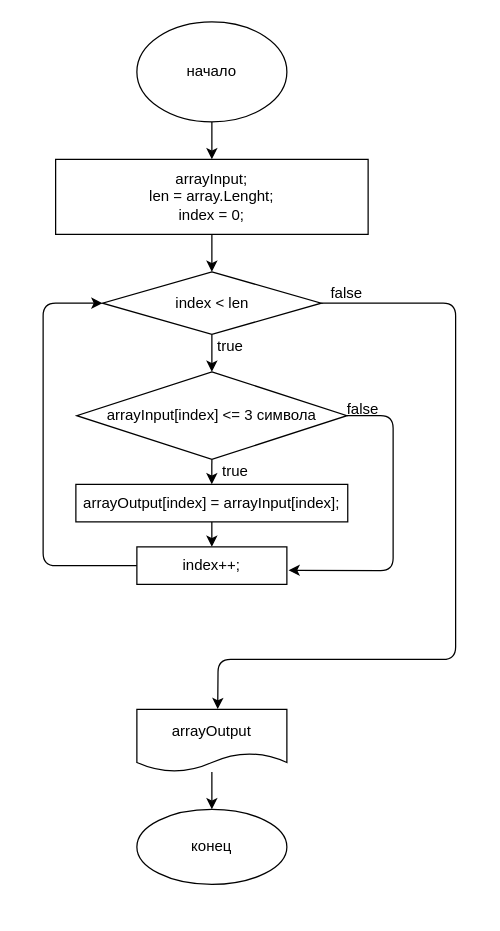
Before: al.drawio in YarrS1986/MainTest_1_may2022, a draw.io diagram. Source tidied: cells renumbered, new cells numbered last; positions are measured from the earlier drawing's top-left corner, leaving out a move shared by most shapes. Both pictures are drawn from the tidied source at 125%, with x=0, y=0 at pixel (42, 21).
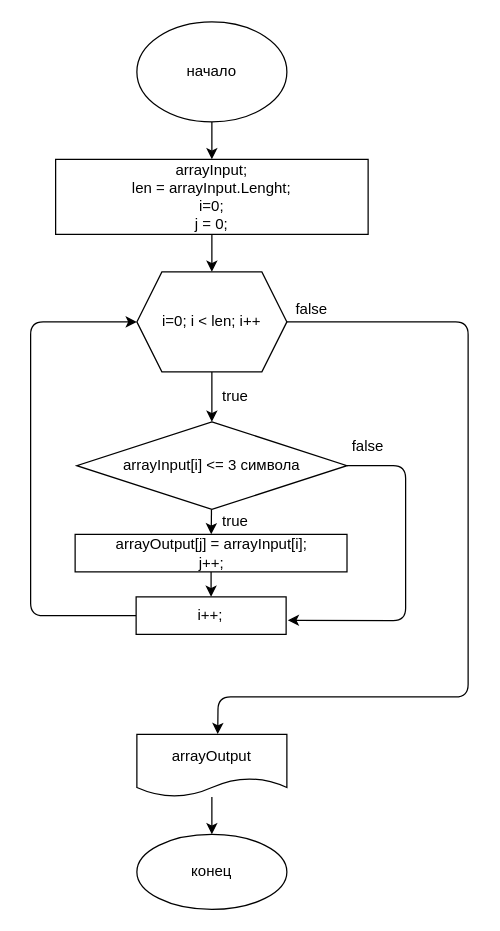
Above is the later version.

Diff of the diagram source:
```diff
@@
-    <mxCell id="4" style="edgeStyle=none;html=1;" parent="1" edge="1" source="5" target="8">
-      <mxGeometry relative="1" as="geometry" />
-    </mxCell>
+    <mxCell id="23" style="edgeStyle=none;html=1;" parent="1" edge="1" source="5" target="25">
+      <mxGeometry relative="1" as="geometry" />
+    </mxCell>
-    <mxCell id="5" value="arrayInput;&lt;br&gt;len = array.Lenght;&lt;br&gt;index = 0;" style="whiteSpace=wrap;html=1;" parent="1" vertex="1">
+    <mxCell id="5" value="arrayInput;&lt;br&gt;len = arrayInput.Lenght;&lt;br&gt;i=0;&lt;br&gt;j = 0;" style="whiteSpace=wrap;html=1;" parent="1" vertex="1">
       <mxGeometry x="10" y="110" width="250" height="60" as="geometry" />
     </mxCell>
-    <mxCell id="6" style="edgeStyle=none;html=1;" parent="1" edge="1" source="8" target="11">
-      <mxGeometry relative="1" as="geometry" />
-    </mxCell>
-    <mxCell id="7" style="edgeStyle=none;html=1;exitX=1;exitY=0.5;exitDx=0;exitDy=0;entryX=0.539;entryY=-0.004;entryDx=0;entryDy=0;entryPerimeter=0;" parent="1" edge="1" source="8" target="20">
+    <mxCell id="7" style="edgeStyle=none;html=1;exitX=1;exitY=0.5;exitDx=0;exitDy=0;entryX=0.539;entryY=-0.004;entryDx=0;entryDy=0;entryPerimeter=0;" parent="1" edge="1" source="25" target="20">
       <mxGeometry relative="1" as="geometry">
         <Array as="points">
-          <mxPoint x="330" y="225" />
-          <mxPoint x="330" y="510" />
-          <mxPoint x="200" y="510" />
-          <mxPoint x="140" y="510" />
+          <mxPoint x="340" y="240" />
+          <mxPoint x="340" y="540" />
+          <mxPoint x="220" y="540" />
+          <mxPoint x="140" y="540" />
         </Array>
       </mxGeometry>
     </mxCell>
-    <mxCell id="8" value="index &amp;lt; len" style="rhombus;whiteSpace=wrap;html=1;" parent="1" vertex="1">
-      <mxGeometry x="47.5" y="200" width="175" height="50" as="geometry" />
-    </mxCell>
@@
     <mxCell id="10" style="edgeStyle=none;html=1;entryX=1.011;entryY=0.625;entryDx=0;entryDy=0;entryPerimeter=0;exitX=1;exitY=0.5;exitDx=0;exitDy=0;" parent="1" edge="1" source="11" target="16">
       <mxGeometry relative="1" as="geometry">
         <Array as="points">
-          <mxPoint x="280" y="315" />
-          <mxPoint x="280" y="439" />
+          <mxPoint x="290" y="355" />
+          <mxPoint x="290" y="479" />
         </Array>
       </mxGeometry>
     </mxCell>
-    <mxCell id="11" value="arrayInput[index] &amp;lt;= 3 символа" style="rhombus;whiteSpace=wrap;html=1;" parent="1" vertex="1">
-      <mxGeometry x="26.9" y="280" width="216.2" height="70" as="geometry" />
+    <mxCell id="11" value="arrayInput[i] &amp;lt;= 3 символа" style="rhombus;whiteSpace=wrap;html=1;" parent="1" vertex="1">
+      <mxGeometry x="26.9" y="320" width="216.2" height="70" as="geometry" />
     </mxCell>
     <mxCell id="12" value="true" style="text;html=1;strokeColor=none;fillColor=none;align=center;verticalAlign=middle;whiteSpace=wrap;rounded=0;" parent="1" vertex="1">
-      <mxGeometry x="130" y="250" width="40" height="20" as="geometry" />
+      <mxGeometry x="134" y="290" width="40" height="20" as="geometry" />
     </mxCell>
@@
-    <mxCell id="14" value="&lt;span&gt;arrayOutput[index] =&amp;nbsp;&lt;/span&gt;arrayInput[index];&lt;span&gt;&lt;br&gt;&lt;/span&gt;" style="whiteSpace=wrap;html=1;" parent="1" vertex="1">
-      <mxGeometry x="26.2" y="370" width="217.5" height="30" as="geometry" />
+    <mxCell id="14" value="&lt;span&gt;arrayOutput[j] =&amp;nbsp;&lt;/span&gt;arrayInput[i];&lt;br&gt;&lt;span&gt;j++;&lt;br&gt;&lt;/span&gt;" style="whiteSpace=wrap;html=1;" parent="1" vertex="1">
+      <mxGeometry x="25.6" y="410" width="217.5" height="30" as="geometry" />
     </mxCell>
-    <mxCell id="15" style="edgeStyle=none;html=1;entryX=0;entryY=0.5;entryDx=0;entryDy=0;exitX=0;exitY=0.5;exitDx=0;exitDy=0;" parent="1" edge="1" source="16" target="8">
+    <mxCell id="15" style="edgeStyle=none;html=1;entryX=0;entryY=0.5;entryDx=0;entryDy=0;exitX=0;exitY=0.5;exitDx=0;exitDy=0;" parent="1" edge="1" source="16" target="25">
       <mxGeometry relative="1" as="geometry">
         <Array as="points">
-          <mxPoint y="435" />
-          <mxPoint y="225" />
+          <mxPoint x="-10" y="475" />
+          <mxPoint x="-10" y="240" />
         </Array>
       </mxGeometry>
     </mxCell>
-    <mxCell id="16" value="&lt;span&gt;index++;&lt;/span&gt;" style="whiteSpace=wrap;html=1;" parent="1" vertex="1">
-      <mxGeometry x="75" y="420" width="120" height="30" as="geometry" />
+    <mxCell id="16" value="&lt;span&gt;i++;&lt;/span&gt;" style="whiteSpace=wrap;html=1;" parent="1" vertex="1">
+      <mxGeometry x="74.4" y="460" width="120" height="30" as="geometry" />
     </mxCell>
     <mxCell id="17" value="true" style="text;html=1;strokeColor=none;fillColor=none;align=center;verticalAlign=middle;whiteSpace=wrap;rounded=0;" parent="1" vertex="1">
-      <mxGeometry x="134" y="350" width="40" height="20" as="geometry" />
+      <mxGeometry x="134" y="390" width="40" height="20" as="geometry" />
     </mxCell>
     <mxCell id="18" value="false" style="text;html=1;strokeColor=none;fillColor=none;align=center;verticalAlign=middle;whiteSpace=wrap;rounded=0;" parent="1" vertex="1">
-      <mxGeometry x="236.2" y="300" width="40" height="20" as="geometry" />
+      <mxGeometry x="240" y="330" width="40" height="20" as="geometry" />
     </mxCell>
@@
     <mxCell id="20" value="&lt;span&gt;arrayOutput&lt;/span&gt;" style="shape=document;whiteSpace=wrap;html=1;boundedLbl=1;" parent="1" vertex="1">
-      <mxGeometry x="75" y="550" width="120" height="50" as="geometry" />
+      <mxGeometry x="75" y="570" width="120" height="50" as="geometry" />
     </mxCell>
     <mxCell id="21" value="конец" style="ellipse;whiteSpace=wrap;html=1;" parent="1" vertex="1">
-      <mxGeometry x="75" y="630" width="120" height="60" as="geometry" />
+      <mxGeometry x="75" y="650" width="120" height="60" as="geometry" />
     </mxCell>
     <mxCell id="22" value="false" style="text;html=1;strokeColor=none;fillColor=none;align=center;verticalAlign=middle;whiteSpace=wrap;rounded=0;" parent="1" vertex="1">
-      <mxGeometry x="222.5" y="207" width="40" height="20" as="geometry" />
+      <mxGeometry x="195" y="220" width="40" height="20" as="geometry" />
     </mxCell>
+    <mxCell id="24" style="edgeStyle=none;html=1;entryX=0.5;entryY=0;entryDx=0;entryDy=0;" parent="1" edge="1" source="25" target="11">
+      <mxGeometry relative="1" as="geometry" />
+    </mxCell>
+    <mxCell id="25" value="i=0; i &amp;lt; len; i++" style="shape=hexagon;perimeter=hexagonPerimeter2;whiteSpace=wrap;html=1;fixedSize=1;" parent="1" vertex="1">
+      <mxGeometry x="75" y="200" width="120" height="80" as="geometry" />
+    </mxCell>
```
